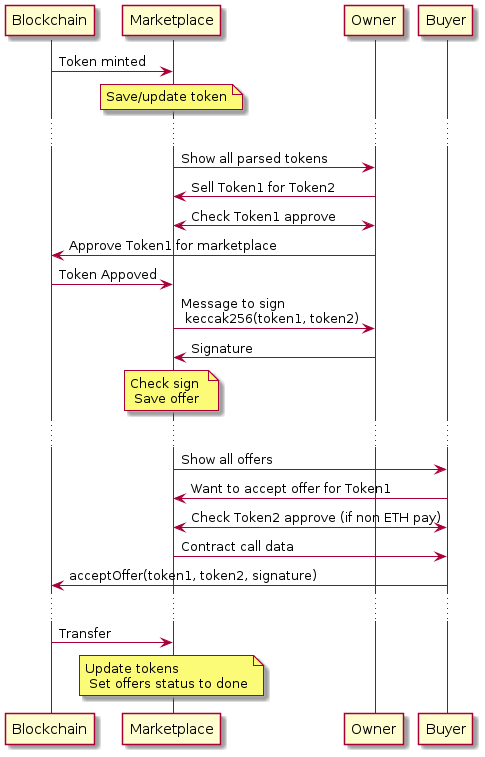
This is docs/output/flow.png from inc4/inc4-marketplace, a PlantUML export, as it was before one commit. Its diagram source:
```plantuml
@startuml

Blockchain -> Marketplace : Token minted
note over Marketplace: Save/update token

...

Marketplace -> Owner: Show all parsed tokens

Marketplace <- Owner: Sell Token1 for Token2

Marketplace <-> Owner: Check Token1 approve
Owner -> Blockchain: Approve Token1 for marketplace

Blockchain -> Marketplace: Token Appoved

Marketplace -> Owner: Message to sign \n keccak256(token1, token2)
Marketplace <- Owner: Signature

note over Marketplace: Check sign \n Save offer

...





Marketplace -> Buyer: Show all offers
Marketplace <- Buyer: Want to accept offer for Token1
Marketplace <-> Buyer: Check Token2 approve (if non ETH pay)
Marketplace -> Buyer: Contract call data
Blockchain <- Buyer: acceptOffer(token1, token2, signature)

...


Blockchain -> Marketplace : Transfer
note over Marketplace: Update tokens\n Set offers status to done









@enduml
```
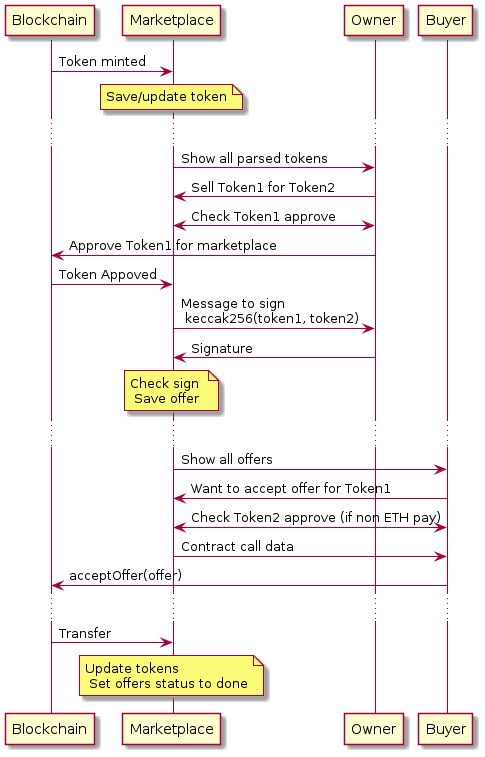
After the commit.

The edit, as a diff of the source:
```diff
@@ -29,7 +29,7 @@
 Marketplace <- Buyer: Want to accept offer for Token1
 Marketplace <-> Buyer: Check Token2 approve (if non ETH pay)
 Marketplace -> Buyer: Contract call data
-Blockchain <- Buyer: acceptOffer(token1, token2, signature)
+Blockchain <- Buyer: acceptOffer(offer)
 
 ...
 
```
